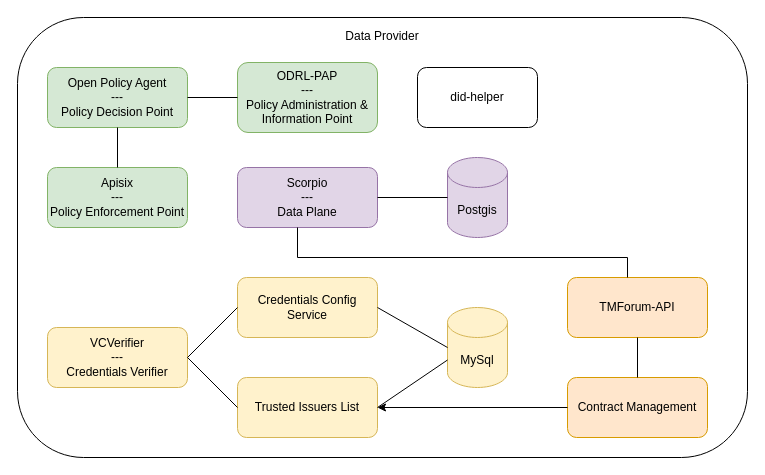
Above: doc/img/local/provider.drawio in FIWARE/data-space-connector (draw.io), before the change. Source tidied: cells renumbered, new cells numbered last; positions are measured from the earlier drawing's top-left corner, leaving out a move shared by most shapes. Both pictures are drawn from the tidied source at 100%, with x=0, y=0 at pixel (17, 17).
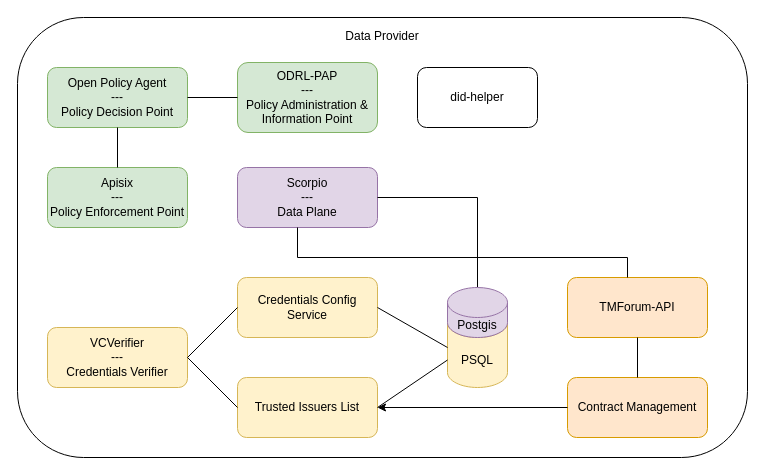
Above is the later version.

Commit message (it also covers changes not shown here):
feat(trust-anchor): remove bitnami MySQL helm dep in favour of Zalando PSQL helm chart

Unchanged cells that the change refers to:
```xml
<mxCell id="4" value="&lt;div&gt;Scorpio&lt;/div&gt;&lt;div&gt;---&lt;/div&gt;&lt;div&gt;Data Plane&lt;br&gt;&lt;/div&gt;" style="rounded=1;whiteSpace=wrap;html=1;fillColor=#e1d5e7;strokeColor=#9673a6;" parent="1" vertex="1">
  <mxGeometry x="220" y="150" width="140" height="60" as="geometry" />
</mxCell>
```

The edit, as a diff of the source:
```diff
@@
-    <mxCell id="5" value="Postgis" style="shape=cylinder3;whiteSpace=wrap;html=1;boundedLbl=1;backgroundOutline=1;size=15;fillColor=#e1d5e7;strokeColor=#9673a6;" parent="1" vertex="1">
-      <mxGeometry x="430" y="140" width="60" height="80" as="geometry" />
-    </mxCell>
-    <mxCell id="6" style="endArrow=none;html=1;rounded=0;entryX=1;entryY=0.5;entryDx=0;entryDy=0;" parent="1" edge="1" source="5" target="4">
+    <mxCell id="6" style="endArrow=none;html=1;rounded=0;entryX=1;entryY=0.5;entryDx=0;entryDy=0;exitX=0.5;exitY=0;exitDx=0;exitDy=0;exitPerimeter=0;edgeStyle=orthogonalEdgeStyle;" parent="1" edge="1" source="5" target="4">
       <mxGeometry relative="1" as="geometry" />
     </mxCell>
@@
-    <mxCell id="15" value="MySql" style="shape=cylinder3;whiteSpace=wrap;html=1;boundedLbl=1;backgroundOutline=1;size=15;fillColor=#fff2cc;strokeColor=#d6b656;" parent="1" vertex="1">
+    <mxCell id="15" value="PSQL" style="shape=cylinder3;whiteSpace=wrap;html=1;boundedLbl=1;backgroundOutline=1;size=15;fillColor=#fff2cc;strokeColor=#d6b656;" parent="1" vertex="1">
       <mxGeometry x="430" y="290" width="60" height="80" as="geometry" />
     </mxCell>
@@
+    <mxCell id="5" value="Postgis" style="shape=cylinder3;whiteSpace=wrap;html=1;boundedLbl=1;backgroundOutline=1;size=15;fillColor=#e1d5e7;strokeColor=#9673a6;" parent="1" vertex="1">
+      <mxGeometry x="430" y="270" width="60" height="50" as="geometry" />
+    </mxCell>
```
